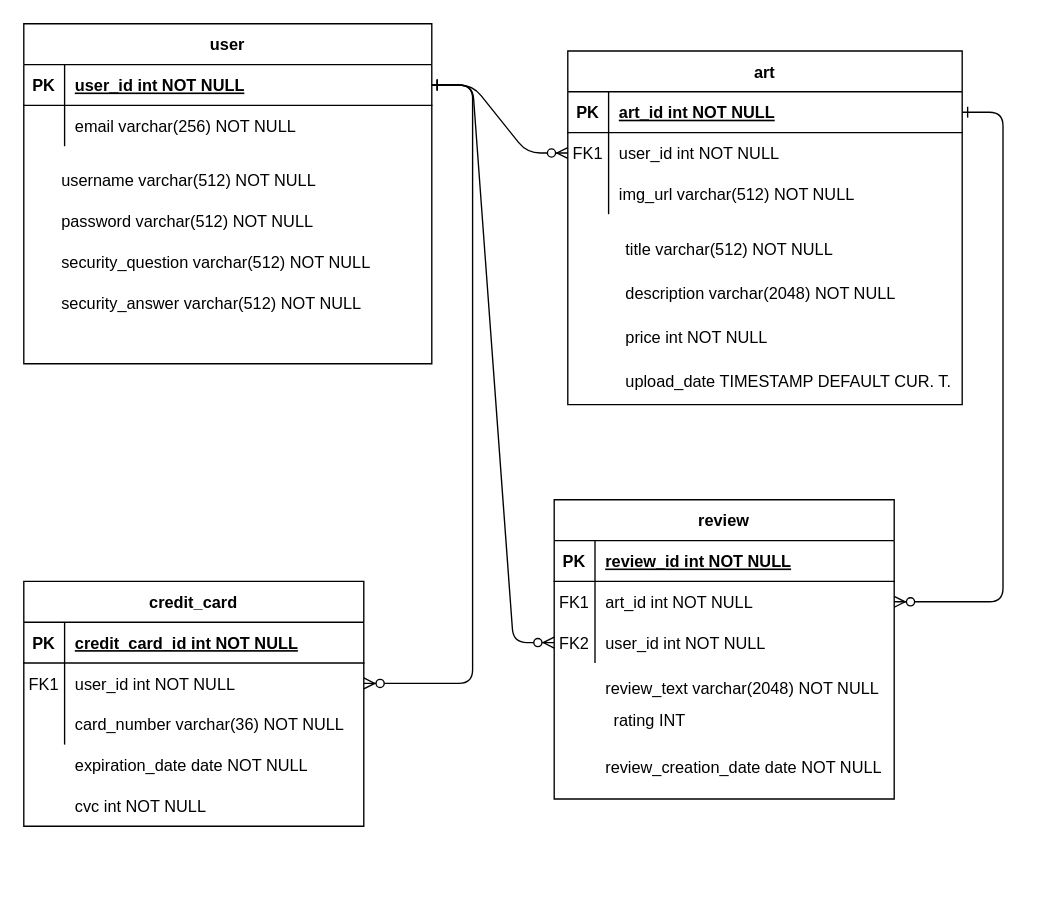
Earlier version of the draw.io diagram PKRIM_database.drawio (MarianFigula/asos-art-gallery). Source tidied: cells renumbered, new cells numbered last; positions are measured from the earlier drawing's top-left corner, leaving out a move shared by most shapes. Both pictures are drawn from the tidied source at 136%, with x=0, y=0 at pixel (23, 23).
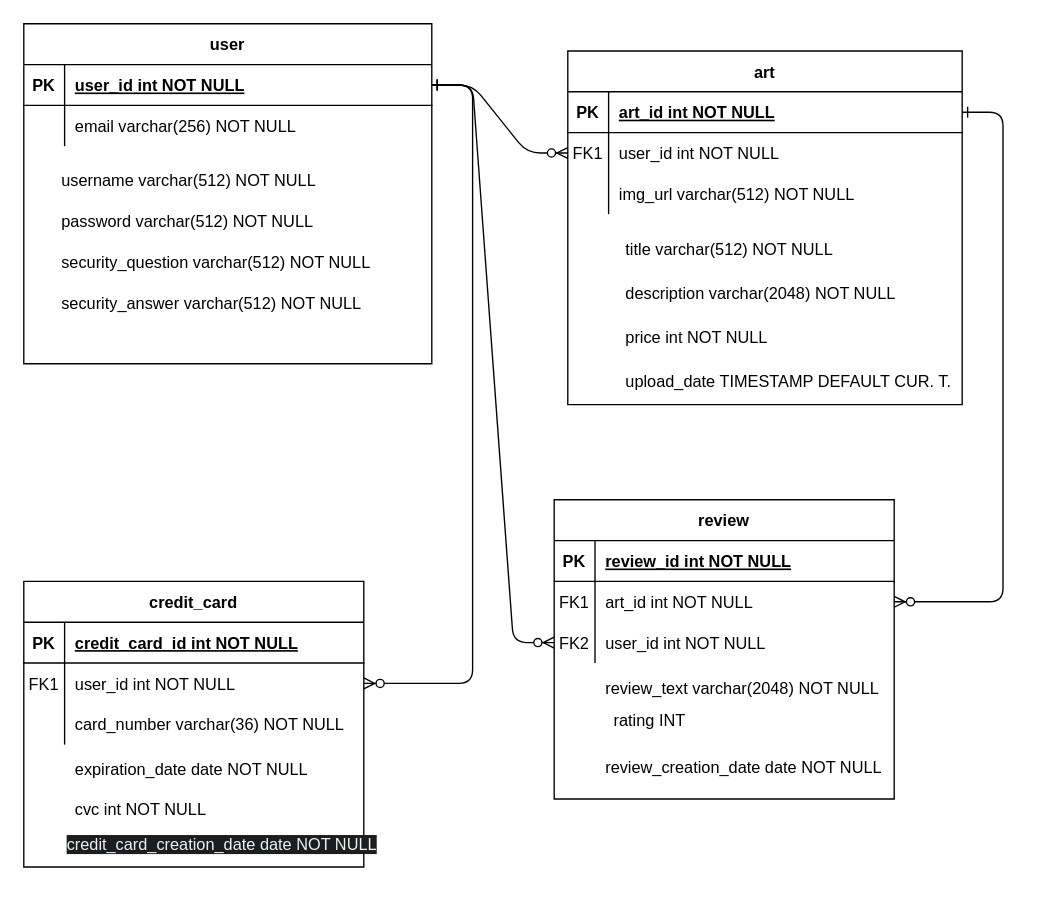
After the change.

Diff of the diagram source:
```diff
@@
     <mxCell id="33" style="group;" parent="1" vertex="1">
-      <mxGeometry y="410" width="250" height="180" as="geometry" />
+      <mxGeometry y="410" width="270" height="220" as="geometry" />
     </mxCell>
     <mxCell id="34" value="credit_card" style="shape=table;startSize=30;childLayout=tableLayout;rowLines=0;fontStyle=1;align=center;" parent="33" vertex="1">
-      <mxGeometry width="250" height="180" as="geometry" />
+      <mxGeometry width="250" height="210" as="geometry" />
     </mxCell>
@@
     <mxCell id="44" value="expiration_date date NOT NULL" style="shape=partialRectangle;overflow=hidden;fillColor=none;top=0;left=0;bottom=0;right=0;align=left;spacingLeft=6;" parent="33" vertex="1">
-      <mxGeometry x="30" y="120" width="220" height="30" as="geometry" />
+      <mxGeometry x="30" y="120" width="220" height="35" as="geometry" />
     </mxCell>
     <mxCell id="45" value="cvc int NOT NULL" style="shape=partialRectangle;overflow=hidden;fillColor=none;top=0;left=0;bottom=0;right=0;align=left;spacingLeft=6;" parent="33" vertex="1">
-      <mxGeometry x="30" y="150" width="220" height="30" as="geometry" />
+      <mxGeometry x="30" y="150" width="220" height="35" as="geometry" />
     </mxCell>
+    <mxCell id="60" value="&lt;span style=&quot;color: rgb(240, 240, 240); font-family: Helvetica; font-size: 12px; font-style: normal; font-variant-ligatures: normal; font-variant-caps: normal; font-weight: 400; letter-spacing: normal; orphans: 2; text-align: left; text-indent: 0px; text-transform: none; widows: 2; word-spacing: 0px; -webkit-text-stroke-width: 0px; white-space: nowrap; background-color: rgb(27, 29, 30); text-decoration-thickness: initial; text-decoration-style: initial; text-decoration-color: initial; display: inline !important; float: none;&quot;&gt;credit_card_creation_date date NOT NULL&lt;/span&gt;" style="text;whiteSpace=wrap;html=1;" parent="33" vertex="1">
+      <mxGeometry x="30" y="180" width="210" height="40" as="geometry" />
+    </mxCell>
```
